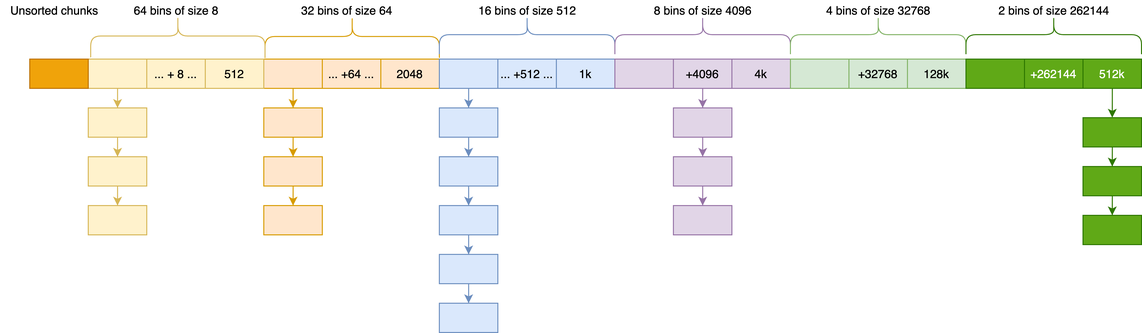
This is OpenSource/Image/malloc-free-list.png from jemmy512/software-engineer, a draw.io export, as it was before one commit. Source tidied: cells renumbered, new cells last; positions are measured from the earlier drawing's top-left corner, leaving out a move shared by most shapes.
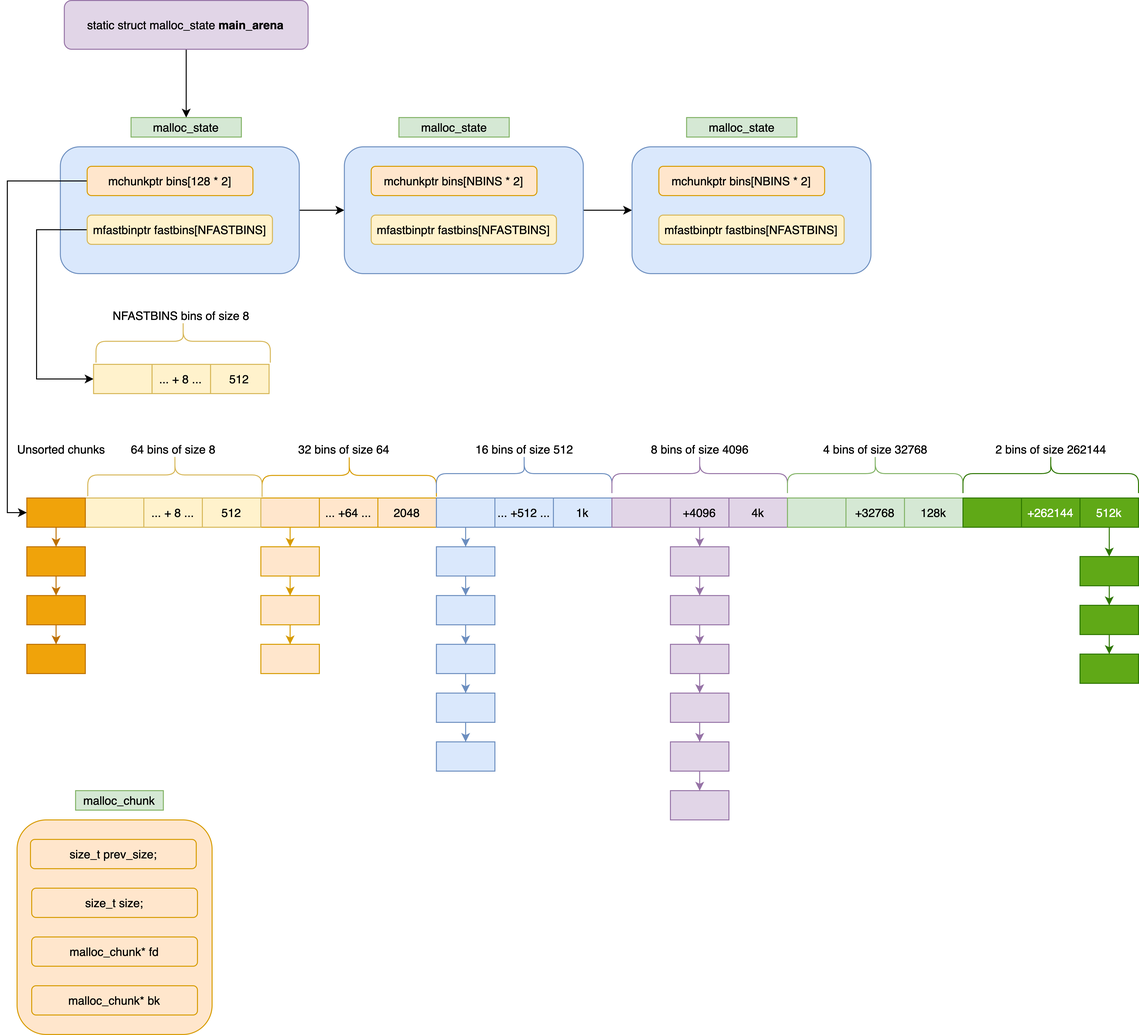
After the change.

Change to the diagram source:
```diff
@@ -2,6 +2,12 @@
   <root>
     <mxCell id="0" />
     <mxCell id="1" parent="0" />
+    <mxCell id="68" style="edgeStyle=orthogonalEdgeStyle;rounded=0;jettySize=auto;html=1;entryX=0;entryY=0.5;entryDx=0;entryDy=0;" parent="1" edge="1" source="69" target="77">
+      <mxGeometry relative="1" as="geometry" />
+    </mxCell>
+    <mxCell id="69" style="rounded=1;whiteSpace=wrap;html=1;fillColor=#dae8fc;strokeColor=#6c8ebf;" parent="1" vertex="1">
+      <mxGeometry x="64.4" y="-245" width="245" height="130" as="geometry" />
+    </mxCell>
     <mxCell id="2" style="edgeStyle=orthogonalEdgeStyle;rounded=0;jettySize=auto;html=1;entryX=0.5;entryY=0;entryDx=0;entryDy=0;fillColor=#ffe6cc;strokeColor=#d79b00;" parent="1" edge="1" source="3" target="43">
       <mxGeometry relative="1" as="geometry" />
     </mxCell>
@@ -89,9 +95,6 @@
     <mxCell id="30" value="2 bins of size&amp;nbsp;262144" style="text;html=1;align=center;verticalAlign=middle;strokeColor=none;" parent="1" vertex="1">
       <mxGeometry x="1015" y="55" width="130" height="20" as="geometry" />
     </mxCell>
-    <mxCell id="31" style="edgeStyle=orthogonalEdgeStyle;rounded=0;jettySize=auto;html=1;entryX=0.5;entryY=0;entryDx=0;entryDy=0;fillColor=#fff2cc;strokeColor=#d6b656;" parent="1" edge="1" source="32" target="38">
-      <mxGeometry relative="1" as="geometry" />
-    </mxCell>
     <mxCell id="32" style="rounded=0;whiteSpace=wrap;html=1;fillColor=#fff2cc;strokeColor=#d6b656;" parent="1" vertex="1">
       <mxGeometry x="90" y="115" width="60" height="30" as="geometry" />
     </mxCell>
@@ -107,21 +110,6 @@
     <mxCell id="36" style="shape=curlyBracket;whiteSpace=wrap;html=1;rounded=1;rotation=90;size=0.5;fillColor=#fff2cc;strokeColor=#d6b656;" parent="1" vertex="1">
       <mxGeometry x="160" y="2" width="43.8" height="178.8" as="geometry" />
     </mxCell>
-    <mxCell id="37" style="edgeStyle=orthogonalEdgeStyle;rounded=0;jettySize=auto;html=1;entryX=0.5;entryY=0;entryDx=0;entryDy=0;fillColor=#fff2cc;strokeColor=#d6b656;" parent="1" edge="1" source="38" target="40">
-      <mxGeometry relative="1" as="geometry" />
-    </mxCell>
-    <mxCell id="38" style="rounded=0;whiteSpace=wrap;html=1;fillColor=#fff2cc;strokeColor=#d6b656;" parent="1" vertex="1">
-      <mxGeometry x="90" y="165" width="60" height="30" as="geometry" />
-    </mxCell>
-    <mxCell id="39" style="edgeStyle=orthogonalEdgeStyle;rounded=0;jettySize=auto;html=1;entryX=0.5;entryY=0;entryDx=0;entryDy=0;fillColor=#fff2cc;strokeColor=#d6b656;" parent="1" edge="1" source="40" target="41">
-      <mxGeometry relative="1" as="geometry" />
-    </mxCell>
-    <mxCell id="40" style="rounded=0;whiteSpace=wrap;html=1;fillColor=#fff2cc;strokeColor=#d6b656;" parent="1" vertex="1">
-      <mxGeometry x="90" y="215" width="60" height="30" as="geometry" />
-    </mxCell>
-    <mxCell id="41" style="rounded=0;whiteSpace=wrap;html=1;fillColor=#fff2cc;strokeColor=#d6b656;" parent="1" vertex="1">
-      <mxGeometry x="90" y="265" width="60" height="30" as="geometry" />
-    </mxCell>
     <mxCell id="42" style="edgeStyle=orthogonalEdgeStyle;rounded=0;jettySize=auto;html=1;entryX=0.5;entryY=0;entryDx=0;entryDy=0;fillColor=#ffe6cc;strokeColor=#d79b00;" parent="1" edge="1" source="43" target="45">
       <mxGeometry relative="1" as="geometry" />
     </mxCell>
@@ -167,6 +155,9 @@
     <mxCell id="56" style="rounded=0;whiteSpace=wrap;html=1;fillColor=#e1d5e7;strokeColor=#9673a6;" parent="1" vertex="1">
       <mxGeometry x="690" y="215" width="60" height="30" as="geometry" />
     </mxCell>
+    <mxCell id="70" style="edgeStyle=orthogonalEdgeStyle;rounded=0;jettySize=auto;html=1;fillColor=#e1d5e7;strokeColor=#9673a6;" parent="1" edge="1" source="57" target="95">
+      <mxGeometry relative="1" as="geometry" />
+    </mxCell>
     <mxCell id="57" style="rounded=0;whiteSpace=wrap;html=1;fillColor=#e1d5e7;strokeColor=#9673a6;" parent="1" vertex="1">
       <mxGeometry x="690" y="265" width="60" height="30" as="geometry" />
     </mxCell>
@@ -194,11 +185,130 @@
     <mxCell id="65" style="rounded=0;whiteSpace=wrap;html=1;fillColor=#dae8fc;strokeColor=#6c8ebf;" parent="1" vertex="1">
       <mxGeometry x="450" y="365" width="60" height="30" as="geometry" />
     </mxCell>
+    <mxCell id="71" style="edgeStyle=orthogonalEdgeStyle;rounded=0;jettySize=auto;html=1;fillColor=#f0a30a;strokeColor=#BD7000;" parent="1" edge="1" source="66" target="100">
+      <mxGeometry relative="1" as="geometry" />
+    </mxCell>
     <mxCell id="66" style="rounded=0;whiteSpace=wrap;html=1;fillColor=#f0a30a;strokeColor=#BD7000;fontColor=#000000;" parent="1" vertex="1">
       <mxGeometry x="30" y="115" width="60" height="30" as="geometry" />
     </mxCell>
     <mxCell id="67" value="Unsorted chunks" style="text;html=1;align=center;verticalAlign=middle;strokeColor=none;" parent="1" vertex="1">
-      <mxGeometry y="55" width="110" height="20" as="geometry" />
+      <mxGeometry x="10" y="55" width="110" height="20" as="geometry" />
     </mxCell>
+    <mxCell id="72" style="edgeStyle=orthogonalEdgeStyle;rounded=0;jettySize=auto;html=1;entryX=0;entryY=0.5;entryDx=0;entryDy=0;" parent="1" edge="1" source="73" target="66">
+      <mxGeometry relative="1" as="geometry" />
+    </mxCell>
+    <mxCell id="73" value="mchunkptr bins[128 * 2]" style="rounded=1;whiteSpace=wrap;html=1;fillColor=#ffe6cc;strokeColor=#d79b00;" parent="1" vertex="1">
+      <mxGeometry x="91.9" y="-225" width="170" height="30" as="geometry" />
+    </mxCell>
+    <mxCell id="74" style="edgeStyle=orthogonalEdgeStyle;rounded=0;jettySize=auto;html=1;entryX=0;entryY=0.5;entryDx=0;entryDy=0;" parent="1" edge="1" source="75" target="104">
+      <mxGeometry relative="1" as="geometry">
+        <Array as="points">
+          <mxPoint x="40" y="-160" />
+          <mxPoint x="40" y="-7" />
+        </Array>
+      </mxGeometry>
+    </mxCell>
+    <mxCell id="75" value="mfastbinptr fastbins[NFASTBINS]" style="rounded=1;whiteSpace=wrap;html=1;fillColor=#fff2cc;strokeColor=#d6b656;" parent="1" vertex="1">
+      <mxGeometry x="91.9" y="-175" width="190" height="30" as="geometry" />
+    </mxCell>
+    <mxCell id="76" style="edgeStyle=orthogonalEdgeStyle;rounded=0;jettySize=auto;html=1;entryX=0;entryY=0.5;entryDx=0;entryDy=0;" parent="1" edge="1" source="77" target="80">
+      <mxGeometry relative="1" as="geometry" />
+    </mxCell>
+    <mxCell id="77" style="rounded=1;whiteSpace=wrap;html=1;fillColor=#dae8fc;strokeColor=#6c8ebf;" parent="1" vertex="1">
+      <mxGeometry x="355.6" y="-245" width="245" height="130" as="geometry" />
+    </mxCell>
+    <mxCell id="78" value="mchunkptr bins[NBINS * 2]" style="rounded=1;whiteSpace=wrap;html=1;fillColor=#ffe6cc;strokeColor=#d79b00;" parent="1" vertex="1">
+      <mxGeometry x="383.1" y="-225" width="170" height="30" as="geometry" />
+    </mxCell>
+    <mxCell id="79" value="mfastbinptr fastbins[NFASTBINS]" style="rounded=1;whiteSpace=wrap;html=1;fillColor=#fff2cc;strokeColor=#d6b656;" parent="1" vertex="1">
+      <mxGeometry x="383.1" y="-175" width="190" height="30" as="geometry" />
+    </mxCell>
+    <mxCell id="80" style="rounded=1;whiteSpace=wrap;html=1;fillColor=#dae8fc;strokeColor=#6c8ebf;" parent="1" vertex="1">
+      <mxGeometry x="650.6" y="-245" width="245" height="130" as="geometry" />
+    </mxCell>
+    <mxCell id="81" value="mchunkptr bins[NBINS * 2]" style="rounded=1;whiteSpace=wrap;html=1;fillColor=#ffe6cc;strokeColor=#d79b00;" parent="1" vertex="1">
+      <mxGeometry x="678.1" y="-225" width="170" height="30" as="geometry" />
+    </mxCell>
+    <mxCell id="82" value="mfastbinptr fastbins[NFASTBINS]" style="rounded=1;whiteSpace=wrap;html=1;fillColor=#fff2cc;strokeColor=#d6b656;" parent="1" vertex="1">
+      <mxGeometry x="678.1" y="-175" width="190" height="30" as="geometry" />
+    </mxCell>
+    <mxCell id="83" style="rounded=1;whiteSpace=wrap;html=1;fillColor=#ffe6cc;strokeColor=#d79b00;" parent="1" vertex="1">
+      <mxGeometry x="20" y="445" width="200" height="220" as="geometry" />
+    </mxCell>
+    <mxCell id="84" value="size_t prev_size;" style="rounded=1;whiteSpace=wrap;html=1;fillColor=#ffe6cc;strokeColor=#d79b00;" parent="1" vertex="1">
+      <mxGeometry x="33.8" y="465" width="170" height="30" as="geometry" />
+    </mxCell>
+    <mxCell id="85" value="size_t size;" style="rounded=1;whiteSpace=wrap;html=1;fillColor=#ffe6cc;strokeColor=#d79b00;" parent="1" vertex="1">
+      <mxGeometry x="35" y="515" width="170" height="30" as="geometry" />
+    </mxCell>
+    <mxCell id="86" value="malloc_chunk* fd" style="rounded=1;whiteSpace=wrap;html=1;fillColor=#ffe6cc;strokeColor=#d79b00;" parent="1" vertex="1">
+      <mxGeometry x="35" y="565" width="170" height="30" as="geometry" />
+    </mxCell>
+    <mxCell id="87" value="malloc_chunk* bk" style="rounded=1;whiteSpace=wrap;html=1;fillColor=#ffe6cc;strokeColor=#d79b00;" parent="1" vertex="1">
+      <mxGeometry x="35" y="615" width="170" height="30" as="geometry" />
+    </mxCell>
+    <mxCell id="88" value="malloc_chunk" style="text;html=1;strokeColor=#82b366;fillColor=#d5e8d4;align=center;verticalAlign=middle;whiteSpace=wrap;rounded=0;" parent="1" vertex="1">
+      <mxGeometry x="80" y="415" width="90" height="20" as="geometry" />
+    </mxCell>
+    <mxCell id="89" value="malloc_state" style="text;html=1;strokeColor=#82b366;fillColor=#d5e8d4;align=center;verticalAlign=middle;whiteSpace=wrap;rounded=0;" parent="1" vertex="1">
+      <mxGeometry x="136.9" y="-275" width="113.1" height="20" as="geometry" />
+    </mxCell>
+    <mxCell id="90" value="malloc_state" style="text;html=1;strokeColor=#82b366;fillColor=#d5e8d4;align=center;verticalAlign=middle;whiteSpace=wrap;rounded=0;" parent="1" vertex="1">
+      <mxGeometry x="411.6" y="-275" width="113.1" height="20" as="geometry" />
+    </mxCell>
+    <mxCell id="91" value="malloc_state" style="text;html=1;strokeColor=#82b366;fillColor=#d5e8d4;align=center;verticalAlign=middle;whiteSpace=wrap;rounded=0;" parent="1" vertex="1">
+      <mxGeometry x="706.6" y="-275" width="113.1" height="20" as="geometry" />
+    </mxCell>
+    <mxCell id="92" style="edgeStyle=orthogonalEdgeStyle;rounded=0;jettySize=auto;html=1;entryX=0.5;entryY=0;entryDx=0;entryDy=0;" parent="1" edge="1" source="93" target="89">
+      <mxGeometry relative="1" as="geometry" />
+    </mxCell>
+    <mxCell id="93" value="static struct malloc_state &lt;b&gt;main_arena&lt;/b&gt;" style="rounded=1;whiteSpace=wrap;html=1;fillColor=#e1d5e7;strokeColor=#9673a6;" parent="1" vertex="1">
+      <mxGeometry x="68.4" y="-395" width="250" height="50" as="geometry" />
+    </mxCell>
+    <mxCell id="94" style="edgeStyle=orthogonalEdgeStyle;rounded=0;jettySize=auto;html=1;entryX=0.5;entryY=0;entryDx=0;entryDy=0;fillColor=#e1d5e7;strokeColor=#9673a6;" parent="1" edge="1" source="95" target="97">
+      <mxGeometry relative="1" as="geometry" />
+    </mxCell>
+    <mxCell id="95" style="rounded=0;whiteSpace=wrap;html=1;fillColor=#e1d5e7;strokeColor=#9673a6;" parent="1" vertex="1">
+      <mxGeometry x="690" y="315" width="60" height="30" as="geometry" />
+    </mxCell>
+    <mxCell id="96" style="edgeStyle=orthogonalEdgeStyle;rounded=0;jettySize=auto;html=1;entryX=0.5;entryY=0;entryDx=0;entryDy=0;fillColor=#e1d5e7;strokeColor=#9673a6;" parent="1" edge="1" source="97" target="98">
+      <mxGeometry relative="1" as="geometry" />
+    </mxCell>
+    <mxCell id="97" style="rounded=0;whiteSpace=wrap;html=1;fillColor=#e1d5e7;strokeColor=#9673a6;" parent="1" vertex="1">
+      <mxGeometry x="690" y="365" width="60" height="30" as="geometry" />
+    </mxCell>
+    <mxCell id="98" style="rounded=0;whiteSpace=wrap;html=1;fillColor=#e1d5e7;strokeColor=#9673a6;" parent="1" vertex="1">
+      <mxGeometry x="690" y="415" width="60" height="30" as="geometry" />
+    </mxCell>
+    <mxCell id="99" style="edgeStyle=orthogonalEdgeStyle;rounded=0;jettySize=auto;html=1;entryX=0.5;entryY=0;entryDx=0;entryDy=0;fillColor=#f0a30a;strokeColor=#BD7000;" parent="1" edge="1" source="100" target="102">
+      <mxGeometry relative="1" as="geometry" />
+    </mxCell>
+    <mxCell id="100" style="rounded=0;whiteSpace=wrap;html=1;fillColor=#f0a30a;strokeColor=#BD7000;fontColor=#000000;" parent="1" vertex="1">
+      <mxGeometry x="30" y="165" width="60" height="30" as="geometry" />
+    </mxCell>
+    <mxCell id="101" style="edgeStyle=orthogonalEdgeStyle;rounded=0;jettySize=auto;html=1;entryX=0.5;entryY=0;entryDx=0;entryDy=0;fillColor=#f0a30a;strokeColor=#BD7000;" parent="1" edge="1" source="102" target="103">
+      <mxGeometry relative="1" as="geometry" />
+    </mxCell>
+    <mxCell id="102" style="rounded=0;whiteSpace=wrap;html=1;fillColor=#f0a30a;strokeColor=#BD7000;fontColor=#000000;" parent="1" vertex="1">
+      <mxGeometry x="30" y="215" width="60" height="30" as="geometry" />
+    </mxCell>
+    <mxCell id="103" style="rounded=0;whiteSpace=wrap;html=1;fillColor=#f0a30a;strokeColor=#BD7000;fontColor=#000000;" parent="1" vertex="1">
+      <mxGeometry x="30" y="265" width="60" height="30" as="geometry" />
+    </mxCell>
+    <mxCell id="104" style="rounded=0;whiteSpace=wrap;html=1;fillColor=#fff2cc;strokeColor=#d6b656;" parent="1" vertex="1">
+      <mxGeometry x="98.4" y="-22" width="60" height="30" as="geometry" />
+    </mxCell>
+    <mxCell id="105" value="... + 8 ..." style="rounded=0;whiteSpace=wrap;html=1;fillColor=#fff2cc;strokeColor=#d6b656;" parent="1" vertex="1">
+      <mxGeometry x="158.4" y="-22" width="60" height="30" as="geometry" />
+    </mxCell>
+    <mxCell id="106" value="512" style="rounded=0;whiteSpace=wrap;html=1;fillColor=#fff2cc;strokeColor=#d6b656;" parent="1" vertex="1">
+      <mxGeometry x="218.4" y="-22" width="60" height="30" as="geometry" />
+    </mxCell>
+    <mxCell id="107" value="&lt;span&gt;NFASTBINS&lt;/span&gt;&amp;nbsp;bins of size 8" style="text;html=1;align=center;verticalAlign=middle;strokeColor=none;" parent="1" vertex="1">
+      <mxGeometry x="108.4" y="-82" width="160" height="20" as="geometry" />
+    </mxCell>
+    <mxCell id="108" style="shape=curlyBracket;whiteSpace=wrap;html=1;rounded=1;rotation=90;size=0.5;fillColor=#fff2cc;strokeColor=#d6b656;" parent="1" vertex="1">
+      <mxGeometry x="168.4" y="-135" width="43.8" height="178.8" as="geometry" />
+    </mxCell>
   </root>
 </mxGraphModel>
```
